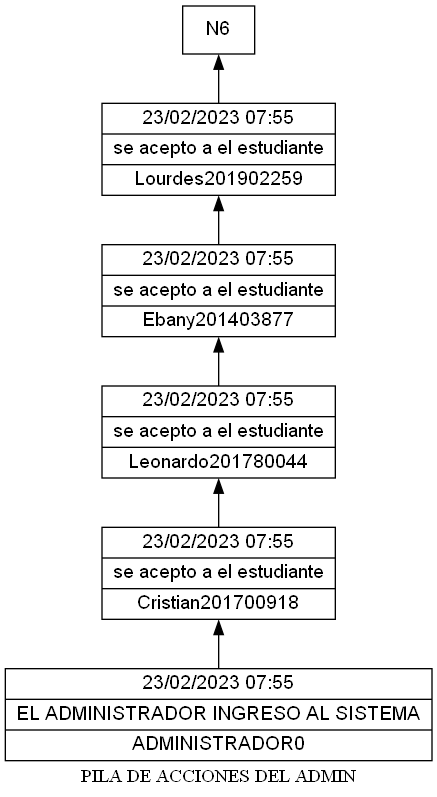
Above: EDD_Proyecto1_Fase1/pila.png in Nahomi-Aparicio/EDD_1S2023_PY_202113293_F1 (Graphviz), before the change. Its source is kept beside it as EDD_Proyecto1_Fase1/pila.dot.
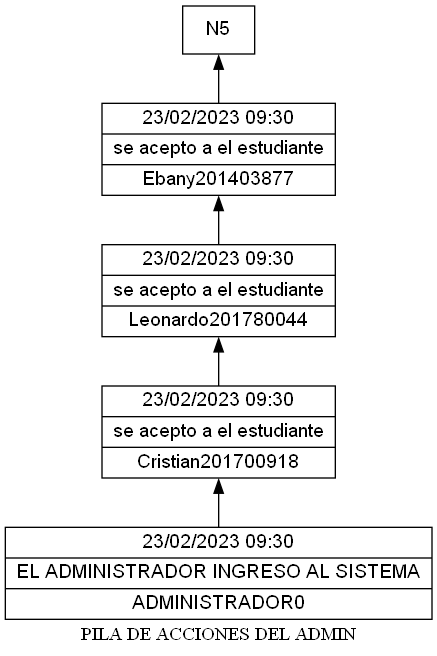
Later version of the same file.

Diff of the diagram source:
```diff
@@ -3,14 +3,12 @@
 node [shape=box];
 node [shape=record fontname=Arial]
 label = "PILA DE ACCIONES DEL ADMIN";
-N5[label="{23/02/2023      07:55     |se acepto a el estudiante|Lourdes201902259}"];
+N4[label="{23/02/2023      09:30     |se acepto a el estudiante|Ebany201403877}"];
 N1->N2;
-N4[label="{23/02/2023      07:55     |se acepto a el estudiante|Ebany201403877}"];
+N3[label="{23/02/2023      09:30     |se acepto a el estudiante|Leonardo201780044}"];
 N2->N3;
-N3[label="{23/02/2023      07:55     |se acepto a el estudiante|Leonardo201780044}"];
+N2[label="{23/02/2023      09:30     |se acepto a el estudiante|Cristian201700918}"];
 N3->N4;
-N2[label="{23/02/2023      07:55     |se acepto a el estudiante|Cristian201700918}"];
+N1[label="{23/02/2023      09:30     |EL ADMINISTRADOR INGRESO AL SISTEMA|ADMINISTRADOR0}"];
 N4->N5;
-N1[label="{23/02/2023      07:55     |EL ADMINISTRADOR INGRESO AL SISTEMA|ADMINISTRADOR0}"];
-N5->N6;
 }
```
